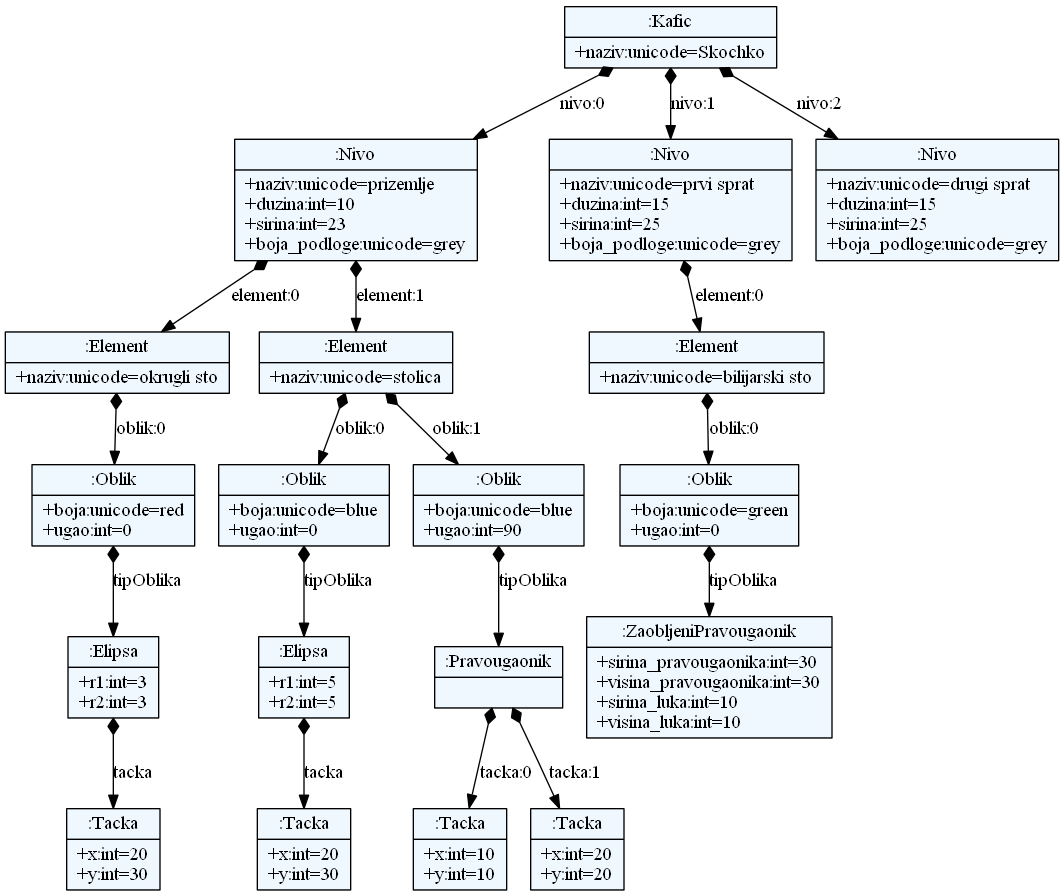
Above: JSDProject/language/model.png in 0xMilica/JSDGenerator (Graphviz), before the change. Its source is kept beside it as JSDProject/language/model.dot.
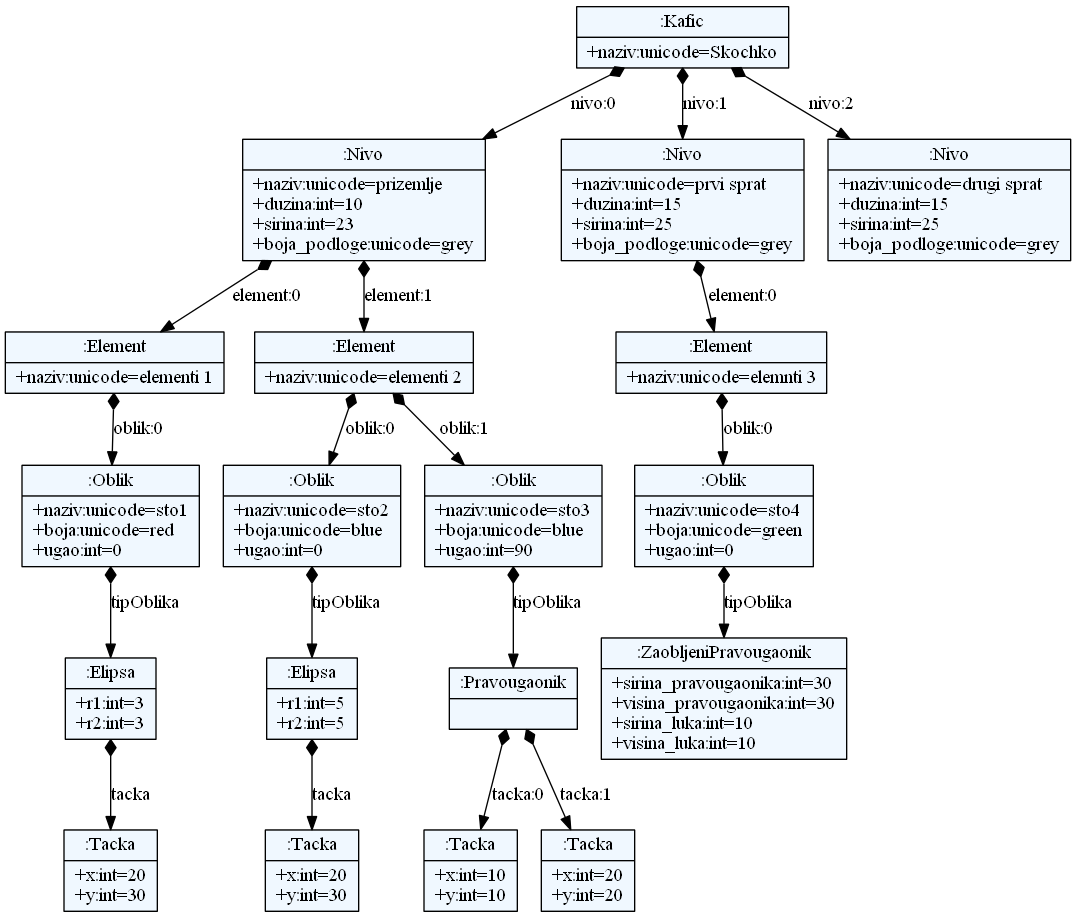
After the change.

Commit message:
Ubacen naziv u Oblik koji koristi pravilo ID, da bi oblik mogao da se identifikuje.

The edit, as a diff of the source:
```diff
@@ -9,42 +9,42 @@
     edge[dir=black,arrowtail=empty]
 
 
-52854568 -> 51975560 [label="nivo:0" arrowtail=diamond dir=both]
-51975560 -> 52049736 [label="element:0" arrowtail=diamond dir=both]
-52049736 -> 52048504 [label="oblik:0" arrowtail=diamond dir=both]
-52048504 -> 51997776 [label="tipOblika" arrowtail=diamond dir=both]
-51997776 -> 51995872 [label="tacka" arrowtail=diamond dir=both]
-51995872[label="{:Tacka|+x:int=20\l+y:int=30\l}"]
-51997776[label="{:Elipsa|+r1:int=3\l+r2:int=3\l}"]
-52048504[label="{:Oblik|+boja:unicode=red\l+ugao:int=0\l}"]
-52049736[label="{:Element|+naziv:unicode=okrugli sto\l}"]
-51975560 -> 52048896 [label="element:1" arrowtail=diamond dir=both]
-52048896 -> 51996040 [label="oblik:0" arrowtail=diamond dir=both]
-51996040 -> 51867944 [label="tipOblika" arrowtail=diamond dir=both]
-51867944 -> 51868952 [label="tacka" arrowtail=diamond dir=both]
-51868952[label="{:Tacka|+x:int=20\l+y:int=30\l}"]
-51867944[label="{:Elipsa|+r1:int=5\l+r2:int=5\l}"]
-51996040[label="{:Oblik|+boja:unicode=blue\l+ugao:int=0\l}"]
-52048896 -> 51868112 [label="oblik:1" arrowtail=diamond dir=both]
-51868112 -> 52038232 [label="tipOblika" arrowtail=diamond dir=both]
-52038232 -> 52039184 [label="tacka:0" arrowtail=diamond dir=both]
-52039184[label="{:Tacka|+x:int=10\l+y:int=10\l}"]
-52038232 -> 52038400 [label="tacka:1" arrowtail=diamond dir=both]
-52038400[label="{:Tacka|+x:int=20\l+y:int=20\l}"]
-52038232[label="{:Pravougaonik|}"]
-51868112[label="{:Oblik|+boja:unicode=blue\l+ugao:int=90\l}"]
-52048896[label="{:Element|+naziv:unicode=stolica\l}"]
-51975560[label="{:Nivo|+naziv:unicode=prizemlje\l+duzina:int=10\l+sirina:int=23\l+boja_podloge:unicode=grey\l}"]
-52854568 -> 51976568 [label="nivo:1" arrowtail=diamond dir=both]
-51976568 -> 52048840 [label="element:0" arrowtail=diamond dir=both]
-52048840 -> 52037000 [label="oblik:0" arrowtail=diamond dir=both]
-52037000 -> 52084240 [label="tipOblika" arrowtail=diamond dir=both]
-52084240[label="{:ZaobljeniPravougaonik|+sirina_pravougaonika:int=30\l+visina_pravougaonika:int=30\l+sirina_luka:int=10\l+visina_luka:int=10\l}"]
-52037000[label="{:Oblik|+boja:unicode=green\l+ugao:int=0\l}"]
-52048840[label="{:Element|+naziv:unicode=bilijarski sto\l}"]
-51976568[label="{:Nivo|+naziv:unicode=prvi sprat\l+duzina:int=15\l+sirina:int=25\l+boja_podloge:unicode=grey\l}"]
-52854568 -> 52049904 [label="nivo:2" arrowtail=diamond dir=both]
-52049904[label="{:Nivo|+naziv:unicode=drugi sprat\l+duzina:int=15\l+sirina:int=25\l+boja_podloge:unicode=grey\l}"]
-52854568[label="{:Kafic|+naziv:unicode=Skochko\l}"]
+51651864 -> 51636320 [label="nivo:0" arrowtail=diamond dir=both]
+51636320 -> 51634584 [label="element:0" arrowtail=diamond dir=both]
+51634584 -> 51634416 [label="oblik:0" arrowtail=diamond dir=both]
+51634416 -> 51635760 [label="tipOblika" arrowtail=diamond dir=both]
+51635760 -> 51636992 [label="tacka" arrowtail=diamond dir=both]
+51636992[label="{:Tacka|+x:int=20\l+y:int=30\l}"]
+51635760[label="{:Elipsa|+r1:int=3\l+r2:int=3\l}"]
+51634416[label="{:Oblik|+naziv:unicode=sto1\l+boja:unicode=red\l+ugao:int=0\l}"]
+51634584[label="{:Element|+naziv:unicode=elementi 1\l}"]
+51636320 -> 51636544 [label="element:1" arrowtail=diamond dir=both]
+51636544 -> 51635816 [label="oblik:0" arrowtail=diamond dir=both]
+51635816 -> 51636768 [label="tipOblika" arrowtail=diamond dir=both]
+51636768 -> 51634976 [label="tacka" arrowtail=diamond dir=both]
+51634976[label="{:Tacka|+x:int=20\l+y:int=30\l}"]
+51636768[label="{:Elipsa|+r1:int=5\l+r2:int=5\l}"]
+51635816[label="{:Oblik|+naziv:unicode=sto2\l+boja:unicode=blue\l+ugao:int=0\l}"]
+51636544 -> 51637048 [label="oblik:1" arrowtail=diamond dir=both]
+51637048 -> 51635032 [label="tipOblika" arrowtail=diamond dir=both]
+51635032 -> 51635200 [label="tacka:0" arrowtail=diamond dir=both]
+51635200[label="{:Tacka|+x:int=10\l+y:int=10\l}"]
+51635032 -> 51635256 [label="tacka:1" arrowtail=diamond dir=both]
+51635256[label="{:Tacka|+x:int=20\l+y:int=20\l}"]
+51635032[label="{:Pravougaonik|}"]
+51637048[label="{:Oblik|+naziv:unicode=sto3\l+boja:unicode=blue\l+ugao:int=90\l}"]
+51636544[label="{:Element|+naziv:unicode=elementi 2\l}"]
+51636320[label="{:Nivo|+naziv:unicode=prizemlje\l+duzina:int=10\l+sirina:int=23\l+boja_podloge:unicode=grey\l}"]
+51651864 -> 51636376 [label="nivo:1" arrowtail=diamond dir=both]
+51636376 -> 51634472 [label="element:0" arrowtail=diamond dir=both]
+51634472 -> 51634808 [label="oblik:0" arrowtail=diamond dir=both]
+51634808 -> 51636936 [label="tipOblika" arrowtail=diamond dir=both]
+51636936[label="{:ZaobljeniPravougaonik|+sirina_pravougaonika:int=30\l+visina_pravougaonika:int=30\l+sirina_luka:int=10\l+visina_luka:int=10\l}"]
+51634808[label="{:Oblik|+naziv:unicode=sto4\l+boja:unicode=green\l+ugao:int=0\l}"]
+51634472[label="{:Element|+naziv:unicode=elemnti 3\l}"]
+51636376[label="{:Nivo|+naziv:unicode=prvi sprat\l+duzina:int=15\l+sirina:int=25\l+boja_podloge:unicode=grey\l}"]
+51651864 -> 51634528 [label="nivo:2" arrowtail=diamond dir=both]
+51634528[label="{:Nivo|+naziv:unicode=drugi sprat\l+duzina:int=15\l+sirina:int=25\l+boja_podloge:unicode=grey\l}"]
+51651864[label="{:Kafic|+naziv:unicode=Skochko\l}"]
 
 }
```
